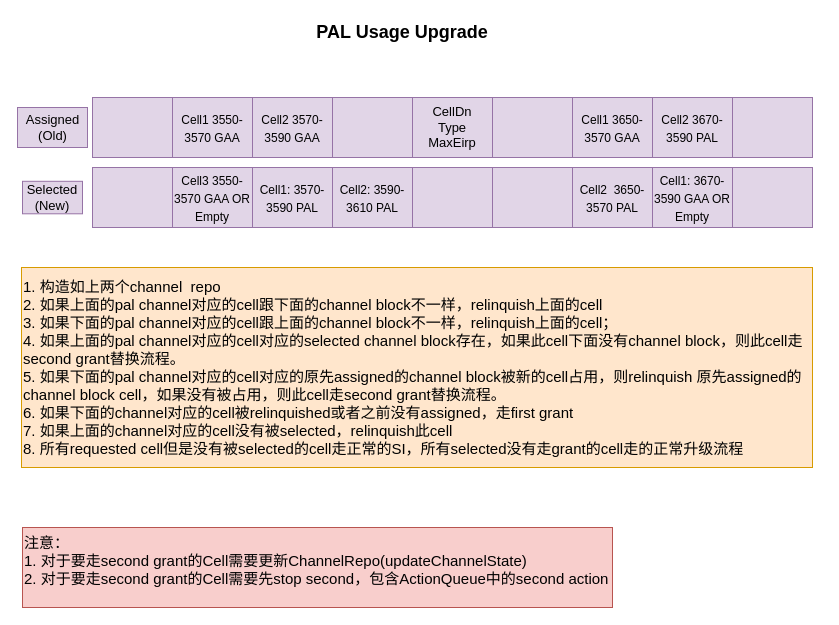
Above: Pal_Change_Algorithm.drawio in xdlhzdh/drawio (draw.io), before the change. Source tidied: cells renumbered, new cells numbered last; positions are measured from the earlier drawing's top-left corner, leaving out a move shared by most shapes. Both pictures are drawn from the tidied source at 100%, with x=0, y=0 at pixel (17, 17).
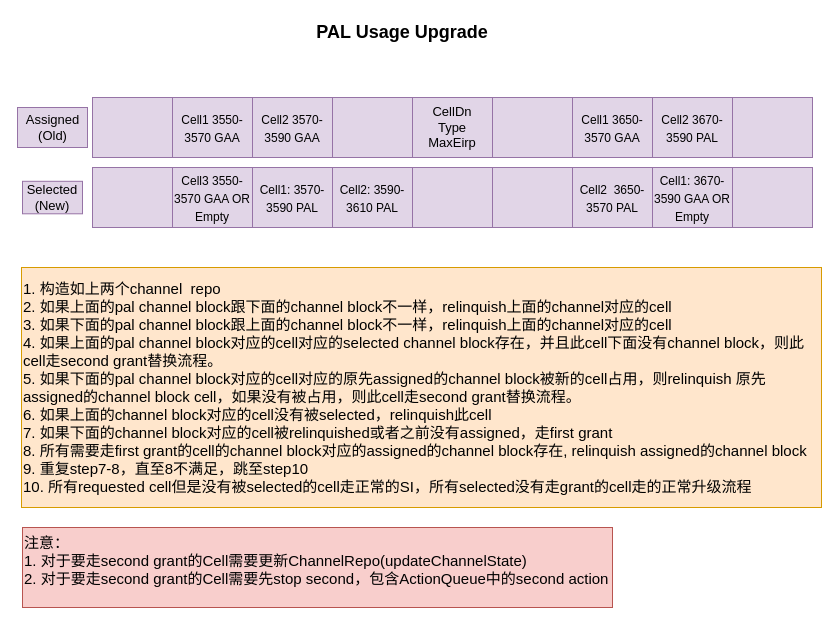
After the change.

Change to the diagram source:
```diff
@@
-    <mxCell id="2" value="1. 构造如上两个channel&amp;nbsp; repo&lt;br&gt;2. 如果上面的pal channel对应的cell跟下面的channel block不一样，relinquish上面的cell&lt;br&gt;3. 如果下面的pal channel对应的cell跟上面的channel block不一样，relinquish上面的cell；&lt;br&gt;4. 如果上面的pal channel对应的cell对应的selected channel block存在，如果此cell下面没有channel block，则此cell走second grant替换流程。&lt;br&gt;5. 如果下面的pal channel对应的cell对应的原先assigned的channel block被新的cell占用，则relinquish 原先assigned的channel&amp;nbsp;block cell，如果没有被占用，则此cell走second grant替换流程。&lt;br&gt;6. 如果下面的channel对应的cell被relinquished或者之前没有assigned，走first grant&lt;br&gt;7. 如果上面的channel对应的cell没有被selected，relinquish此cell&lt;br&gt;8. 所有requested cell但是没有被selected的cell走正常的SI，所有selected没有走grant的cell走的正常升级流程" style="rounded=0;whiteSpace=wrap;html=1;align=left;fontSize=15;fillColor=#ffe6cc;strokeColor=#d79b00;" parent="1" vertex="1">
-      <mxGeometry x="4" y="250" width="791" height="200" as="geometry" />
+    <mxCell id="2" value="1. 构造如上两个channel&amp;nbsp; repo&lt;br&gt;2. 如果上面的pal channel block跟下面的channel block不一样，relinquish上面的channel对应的cell&lt;br&gt;3. 如果下面的pal channel block跟上面的channel block不一样，relinquish上面的channel对应的cell&lt;br&gt;4. 如果上面的pal channel block对应的cell对应的selected channel block存在，并且此cell下面没有channel block，则此cell走second grant替换流程。&lt;br&gt;5. 如果下面的pal channel block对应的cell对应的原先assigned的channel block被新的cell占用，则relinquish 原先assigned的channel&amp;nbsp;block cell，如果没有被占用，则此cell走second grant替换流程。&lt;br&gt;6. 如果上面的channel block对应的cell没有被selected，relinquish此cell&lt;br&gt;7. 如果下面的channel block对应的cell被relinquished或者之前没有assigned，走first grant&amp;nbsp;&lt;br&gt;8. 所有需要走first grant的cell的channel block对应的assigned的channel block存在, relinquish assigned的channel block&lt;br&gt;9. 重复step7-8，直至8不满足，跳至step10&lt;br&gt;10. 所有requested cell但是没有被selected的cell走正常的SI，所有selected没有走grant的cell走的正常升级流程" style="rounded=0;whiteSpace=wrap;html=1;align=left;fontSize=15;fillColor=#ffe6cc;strokeColor=#d79b00;" parent="1" vertex="1">
+      <mxGeometry x="4" y="250" width="800" height="240" as="geometry" />
     </mxCell>
```
